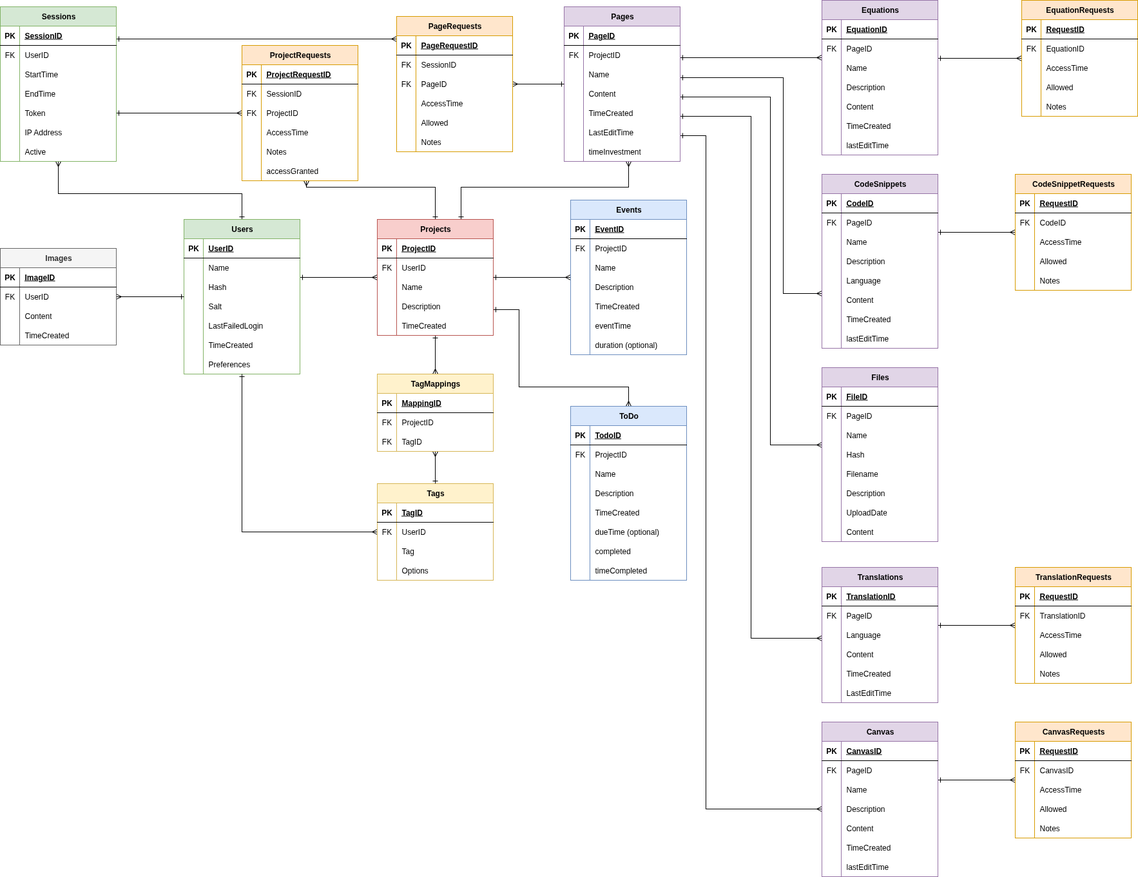
Above: assets/ERD.png in Maple-Lazuli/one-place-v3 (draw.io), before the change. Source tidied: cells renumbered, new cells last; positions are measured from the earlier drawing's top-left corner, leaving out a move shared by most shapes.
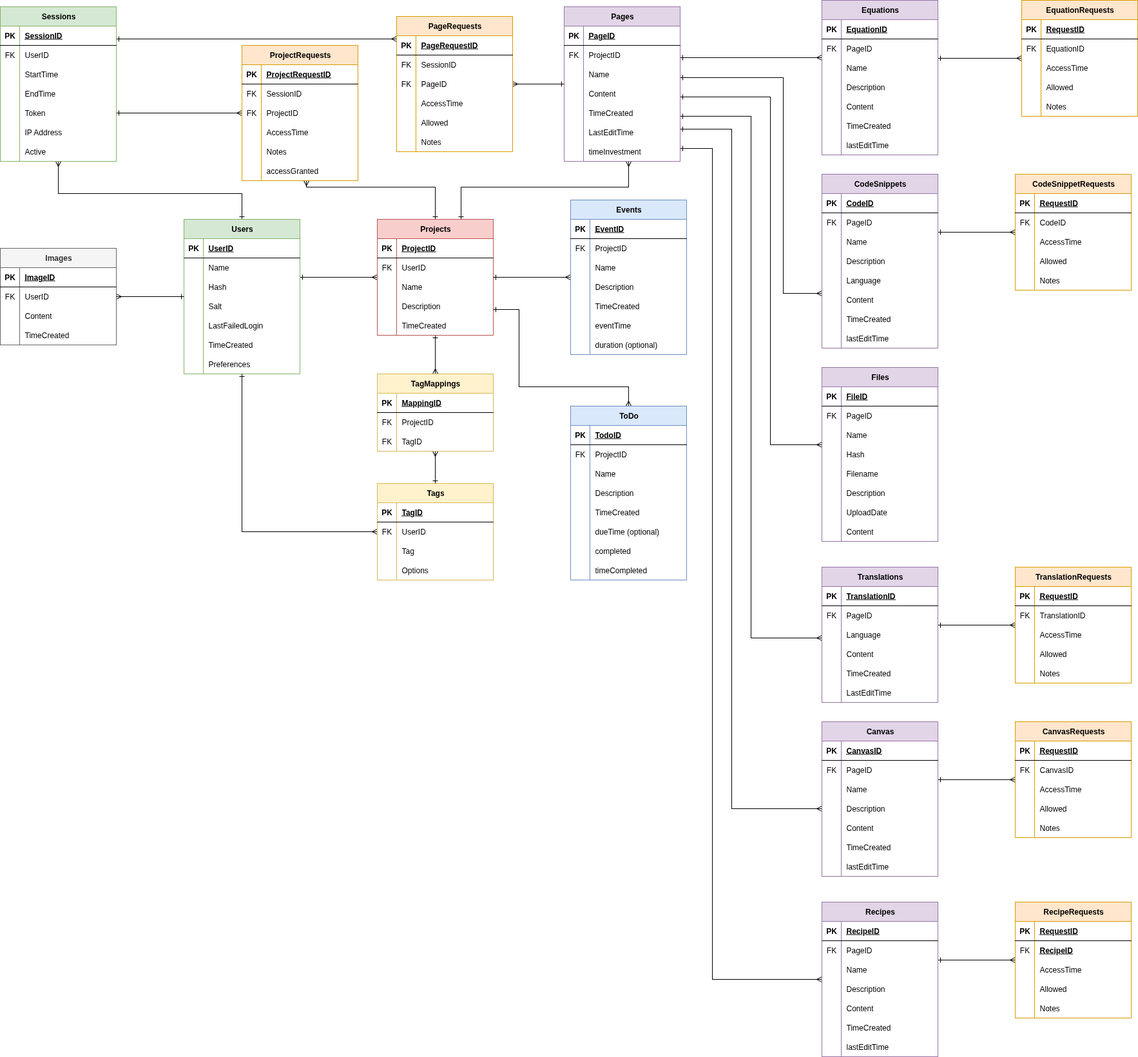
The same file after the commit.

Diff of the diagram source:
```diff
@@ -211,11 +211,19 @@
     <mxCell id="55" style="edgeStyle=orthogonalEdgeStyle;rounded=0;jettySize=auto;html=1;entryX=0;entryY=0.5;entryDx=0;entryDy=0;endArrow=ERmany;endFill=0;startArrow=ERone;startFill=0;" parent="1" edge="1" source="56" target="328">
       <mxGeometry relative="1" as="geometry">
         <Array as="points">
-          <mxPoint x="1095" y="210" />
-          <mxPoint x="1095" y="1255" />
+          <mxPoint x="1135" y="200" />
+          <mxPoint x="1135" y="1255" />
         </Array>
       </mxGeometry>
     </mxCell>
+    <mxCell id="404" style="edgeStyle=orthogonalEdgeStyle;rounded=0;jettySize=auto;html=1;endArrow=ERmany;endFill=0;startArrow=ERone;startFill=0;" parent="1" edge="1" source="56" target="406">
+      <mxGeometry relative="1" as="geometry">
+        <Array as="points">
+          <mxPoint x="1105" y="230" />
+          <mxPoint x="1105" y="1520" />
+        </Array>
+      </mxGeometry>
+    </mxCell>
     <mxCell id="56" value="Pages" style="shape=table;startSize=30;rowLines=0;fontStyle=1;align=center;html=1;fillColor=#e1d5e7;strokeColor=#9673a6;" parent="1" vertex="1">
       <mxGeometry x="875" y="10" width="180" height="240" as="geometry" />
     </mxCell>
@@ -1291,5 +1299,127 @@
     <mxCell id="403" value="Notes" style="shape=partialRectangle;fillColor=none;top=0;left=0;bottom=0;right=0;align=left;spacingLeft=6;overflow=hidden;whiteSpace=wrap;html=1;" parent="401" vertex="1">
       <mxGeometry x="30" width="150" height="30" as="geometry" />
     </mxCell>
+    <mxCell id="405" style="edgeStyle=orthogonalEdgeStyle;rounded=0;jettySize=auto;html=1;endArrow=ERmany;endFill=0;startArrow=ERone;startFill=0;" parent="1" edge="1" source="406" target="428">
+      <mxGeometry relative="1" as="geometry">
+        <Array as="points">
+          <mxPoint x="1485" y="1490" />
+          <mxPoint x="1485" y="1490" />
+        </Array>
+      </mxGeometry>
+    </mxCell>
+    <mxCell id="406" value="Recipes" style="shape=table;startSize=30;rowLines=0;fontStyle=1;align=center;html=1;fillColor=#e1d5e7;strokeColor=#9673a6;" parent="1" vertex="1">
+      <mxGeometry x="1275" y="1400" width="180" height="240" as="geometry" />
+    </mxCell>
+    <mxCell id="407" style="shape=tableRow;horizontal=0;startSize=0;swimlaneHead=0;swimlaneBody=0;fillColor=none;top=0;left=0;right=0;bottom=1;" parent="406" vertex="1">
+      <mxGeometry y="30" width="180" height="30" as="geometry" />
+    </mxCell>
+    <mxCell id="408" value="PK" style="shape=partialRectangle;fillColor=none;top=0;left=0;bottom=0;right=0;fontStyle=1;overflow=hidden;whiteSpace=wrap;html=1;" parent="407" vertex="1">
+      <mxGeometry width="30" height="30" as="geometry" />
+    </mxCell>
+    <mxCell id="409" value="RecipeID" style="shape=partialRectangle;fillColor=none;top=0;left=0;bottom=0;right=0;align=left;spacingLeft=6;fontStyle=5;overflow=hidden;whiteSpace=wrap;html=1;" parent="407" vertex="1">
+      <mxGeometry x="30" width="150" height="30" as="geometry" />
+    </mxCell>
+    <mxCell id="410" style="shape=tableRow;horizontal=0;startSize=0;swimlaneHead=0;swimlaneBody=0;fillColor=none;top=0;left=0;right=0;bottom=0;" parent="406" vertex="1">
+      <mxGeometry y="60" width="180" height="30" as="geometry" />
+    </mxCell>
+    <mxCell id="411" value="FK" style="shape=partialRectangle;fillColor=none;top=0;left=0;bottom=0;right=0;overflow=hidden;whiteSpace=wrap;html=1;" parent="410" vertex="1">
+      <mxGeometry width="30" height="30" as="geometry" />
+    </mxCell>
+    <mxCell id="412" value="PageID" style="shape=partialRectangle;fillColor=none;top=0;left=0;bottom=0;right=0;align=left;spacingLeft=6;overflow=hidden;whiteSpace=wrap;html=1;" parent="410" vertex="1">
+      <mxGeometry x="30" width="150" height="30" as="geometry" />
+    </mxCell>
+    <mxCell id="413" style="shape=tableRow;horizontal=0;startSize=0;swimlaneHead=0;swimlaneBody=0;fillColor=none;top=0;left=0;right=0;bottom=0;" parent="406" vertex="1">
+      <mxGeometry y="90" width="180" height="30" as="geometry" />
+    </mxCell>
+    <mxCell id="414" style="shape=partialRectangle;fillColor=none;top=0;left=0;bottom=0;right=0;overflow=hidden;whiteSpace=wrap;html=1;" parent="413" vertex="1">
+      <mxGeometry width="30" height="30" as="geometry" />
+    </mxCell>
+    <mxCell id="415" value="Name" style="shape=partialRectangle;fillColor=none;top=0;left=0;bottom=0;right=0;align=left;spacingLeft=6;overflow=hidden;whiteSpace=wrap;html=1;" parent="413" vertex="1">
+      <mxGeometry x="30" width="150" height="30" as="geometry" />
+    </mxCell>
+    <mxCell id="416" style="shape=tableRow;horizontal=0;startSize=0;swimlaneHead=0;swimlaneBody=0;fillColor=none;top=0;left=0;right=0;bottom=0;" parent="406" vertex="1">
+      <mxGeometry y="120" width="180" height="30" as="geometry" />
+    </mxCell>
+    <mxCell id="417" style="shape=partialRectangle;fillColor=none;top=0;left=0;bottom=0;right=0;overflow=hidden;whiteSpace=wrap;html=1;" parent="416" vertex="1">
+      <mxGeometry width="30" height="30" as="geometry" />
+    </mxCell>
+    <mxCell id="418" value="Description" style="shape=partialRectangle;fillColor=none;top=0;left=0;bottom=0;right=0;align=left;spacingLeft=6;overflow=hidden;whiteSpace=wrap;html=1;" parent="416" vertex="1">
+      <mxGeometry x="30" width="150" height="30" as="geometry" />
+    </mxCell>
+    <mxCell id="419" style="shape=tableRow;horizontal=0;startSize=0;swimlaneHead=0;swimlaneBody=0;fillColor=none;top=0;left=0;right=0;bottom=0;" parent="406" vertex="1">
+      <mxGeometry y="150" width="180" height="30" as="geometry" />
+    </mxCell>
+    <mxCell id="420" style="shape=partialRectangle;fillColor=none;top=0;left=0;bottom=0;right=0;overflow=hidden;whiteSpace=wrap;html=1;" parent="419" vertex="1">
+      <mxGeometry width="30" height="30" as="geometry" />
+    </mxCell>
+    <mxCell id="421" value="Content" style="shape=partialRectangle;fillColor=none;top=0;left=0;bottom=0;right=0;align=left;spacingLeft=6;overflow=hidden;whiteSpace=wrap;html=1;" parent="419" vertex="1">
+      <mxGeometry x="30" width="150" height="30" as="geometry" />
+    </mxCell>
+    <mxCell id="422" style="shape=tableRow;horizontal=0;startSize=0;swimlaneHead=0;swimlaneBody=0;fillColor=none;top=0;left=0;right=0;bottom=0;" parent="406" vertex="1">
+      <mxGeometry y="180" width="180" height="30" as="geometry" />
+    </mxCell>
+    <mxCell id="423" style="shape=partialRectangle;fillColor=none;top=0;left=0;bottom=0;right=0;overflow=hidden;whiteSpace=wrap;html=1;" parent="422" vertex="1">
+      <mxGeometry width="30" height="30" as="geometry" />
+    </mxCell>
+    <mxCell id="424" value="TimeCreated" style="shape=partialRectangle;fillColor=none;top=0;left=0;bottom=0;right=0;align=left;spacingLeft=6;overflow=hidden;whiteSpace=wrap;html=1;" parent="422" vertex="1">
+      <mxGeometry x="30" width="150" height="30" as="geometry" />
+    </mxCell>
+    <mxCell id="425" style="shape=tableRow;horizontal=0;startSize=0;swimlaneHead=0;swimlaneBody=0;fillColor=none;top=0;left=0;right=0;bottom=0;" parent="406" vertex="1">
+      <mxGeometry y="210" width="180" height="30" as="geometry" />
+    </mxCell>
+    <mxCell id="426" style="shape=partialRectangle;fillColor=none;top=0;left=0;bottom=0;right=0;overflow=hidden;whiteSpace=wrap;html=1;" parent="425" vertex="1">
+      <mxGeometry width="30" height="30" as="geometry" />
+    </mxCell>
+    <mxCell id="427" value="lastEditTime" style="shape=partialRectangle;fillColor=none;top=0;left=0;bottom=0;right=0;align=left;spacingLeft=6;overflow=hidden;whiteSpace=wrap;html=1;" parent="425" vertex="1">
+      <mxGeometry x="30" width="150" height="30" as="geometry" />
+    </mxCell>
+    <mxCell id="428" value="RecipeRequests" style="shape=table;startSize=30;rowLines=0;fontStyle=1;align=center;html=1;fillColor=#ffe6cc;strokeColor=#d79b00;" parent="1" vertex="1">
+      <mxGeometry x="1575" y="1400" width="180" height="180" as="geometry" />
+    </mxCell>
+    <mxCell id="429" style="shape=tableRow;horizontal=0;startSize=0;swimlaneHead=0;swimlaneBody=0;fillColor=none;top=0;left=0;right=0;bottom=1;" parent="428" vertex="1">
+      <mxGeometry y="30" width="180" height="30" as="geometry" />
+    </mxCell>
+    <mxCell id="430" value="PK" style="shape=partialRectangle;fillColor=none;top=0;left=0;bottom=0;right=0;fontStyle=1;overflow=hidden;whiteSpace=wrap;html=1;" parent="429" vertex="1">
+      <mxGeometry width="30" height="30" as="geometry" />
+    </mxCell>
+    <mxCell id="431" value="RequestID" style="shape=partialRectangle;fillColor=none;top=0;left=0;bottom=0;right=0;align=left;spacingLeft=6;fontStyle=5;overflow=hidden;whiteSpace=wrap;html=1;" parent="429" vertex="1">
+      <mxGeometry x="30" width="150" height="30" as="geometry" />
+    </mxCell>
+    <mxCell id="432" style="shape=tableRow;horizontal=0;startSize=0;swimlaneHead=0;swimlaneBody=0;fillColor=none;top=0;left=0;right=0;bottom=0;" parent="428" vertex="1">
+      <mxGeometry y="60" width="180" height="30" as="geometry" />
+    </mxCell>
+    <mxCell id="433" value="FK" style="shape=partialRectangle;fillColor=none;top=0;left=0;bottom=0;right=0;overflow=hidden;whiteSpace=wrap;html=1;" parent="432" vertex="1">
+      <mxGeometry width="30" height="30" as="geometry" />
+    </mxCell>
+    <mxCell id="434" value="&lt;span style=&quot;font-weight: 700; text-decoration-line: underline;&quot;&gt;RecipeID&lt;/span&gt;" style="shape=partialRectangle;fillColor=none;top=0;left=0;bottom=0;right=0;align=left;spacingLeft=6;overflow=hidden;whiteSpace=wrap;html=1;" parent="432" vertex="1">
+      <mxGeometry x="30" width="150" height="30" as="geometry" />
+    </mxCell>
+    <mxCell id="435" style="shape=tableRow;horizontal=0;startSize=0;swimlaneHead=0;swimlaneBody=0;fillColor=none;top=0;left=0;right=0;bottom=0;" parent="428" vertex="1">
+      <mxGeometry y="90" width="180" height="30" as="geometry" />
+    </mxCell>
+    <mxCell id="436" style="shape=partialRectangle;fillColor=none;top=0;left=0;bottom=0;right=0;overflow=hidden;whiteSpace=wrap;html=1;" parent="435" vertex="1">
+      <mxGeometry width="30" height="30" as="geometry" />
+    </mxCell>
+    <mxCell id="437" value="AccessTime" style="shape=partialRectangle;fillColor=none;top=0;left=0;bottom=0;right=0;align=left;spacingLeft=6;overflow=hidden;whiteSpace=wrap;html=1;" parent="435" vertex="1">
+      <mxGeometry x="30" width="150" height="30" as="geometry" />
+    </mxCell>
+    <mxCell id="438" style="shape=tableRow;horizontal=0;startSize=0;swimlaneHead=0;swimlaneBody=0;fillColor=none;top=0;left=0;right=0;bottom=0;" parent="428" vertex="1">
+      <mxGeometry y="120" width="180" height="30" as="geometry" />
+    </mxCell>
+    <mxCell id="439" style="shape=partialRectangle;fillColor=none;top=0;left=0;bottom=0;right=0;overflow=hidden;whiteSpace=wrap;html=1;" parent="438" vertex="1">
+      <mxGeometry width="30" height="30" as="geometry" />
+    </mxCell>
+    <mxCell id="440" value="Allowed" style="shape=partialRectangle;fillColor=none;top=0;left=0;bottom=0;right=0;align=left;spacingLeft=6;overflow=hidden;whiteSpace=wrap;html=1;" parent="438" vertex="1">
+      <mxGeometry x="30" width="150" height="30" as="geometry" />
+    </mxCell>
+    <mxCell id="441" style="shape=tableRow;horizontal=0;startSize=0;swimlaneHead=0;swimlaneBody=0;fillColor=none;top=0;left=0;right=0;bottom=0;" parent="428" vertex="1">
+      <mxGeometry y="150" width="180" height="30" as="geometry" />
+    </mxCell>
+    <mxCell id="442" style="shape=partialRectangle;fillColor=none;top=0;left=0;bottom=0;right=0;overflow=hidden;whiteSpace=wrap;html=1;" parent="441" vertex="1">
+      <mxGeometry width="30" height="30" as="geometry" />
+    </mxCell>
+    <mxCell id="443" value="Notes" style="shape=partialRectangle;fillColor=none;top=0;left=0;bottom=0;right=0;align=left;spacingLeft=6;overflow=hidden;whiteSpace=wrap;html=1;" parent="441" vertex="1">
+      <mxGeometry x="30" width="150" height="30" as="geometry" />
+    </mxCell>
   </root>
 </mxGraphModel>
```
